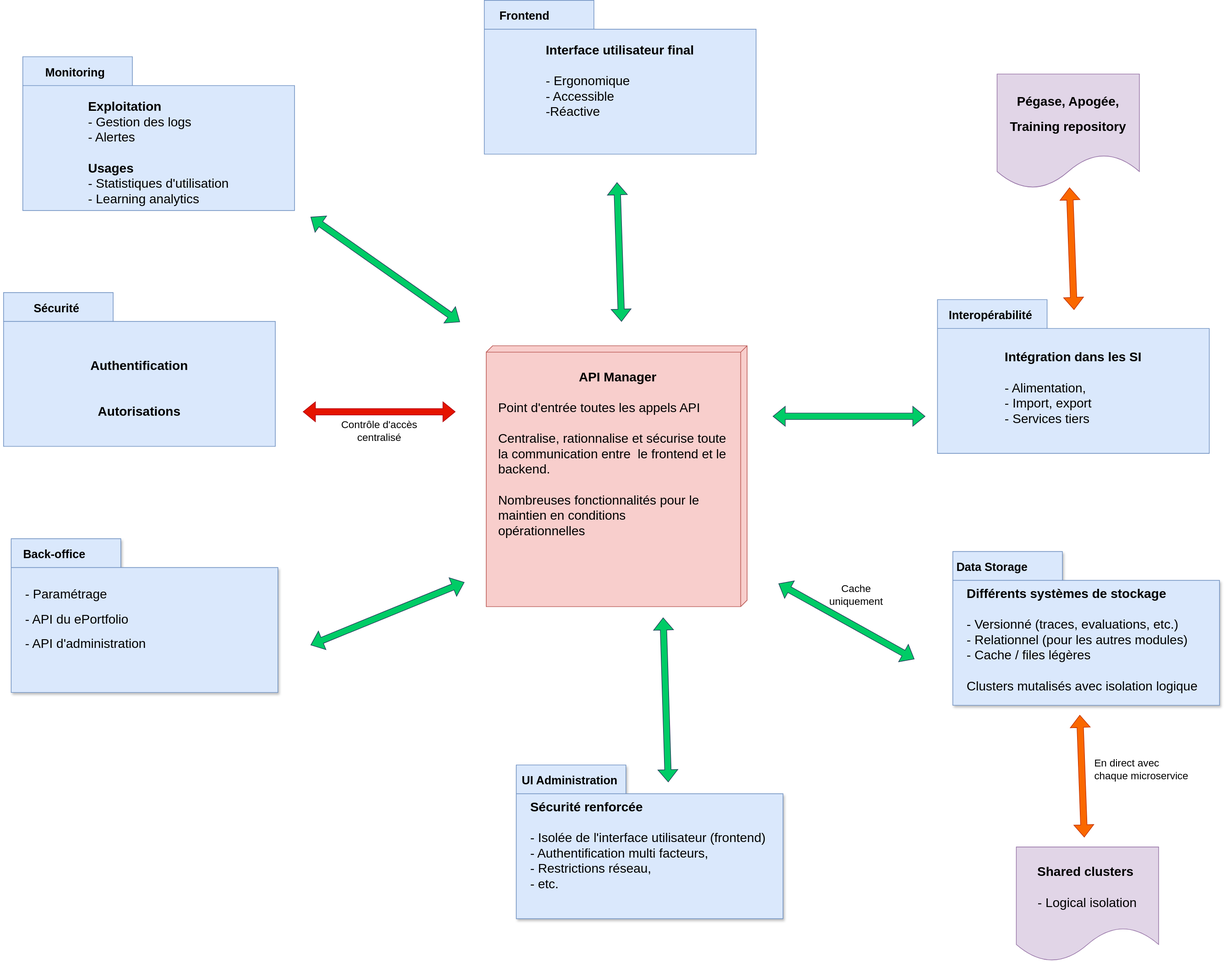
Earlier version of the draw.io export assets/images/architecture-simple-view.svg (avenirs-esr/dev-doc). Source tidied: cells renumbered, new cells last; positions are measured from the earlier drawing's top-left corner, leaving out a move shared by most shapes.
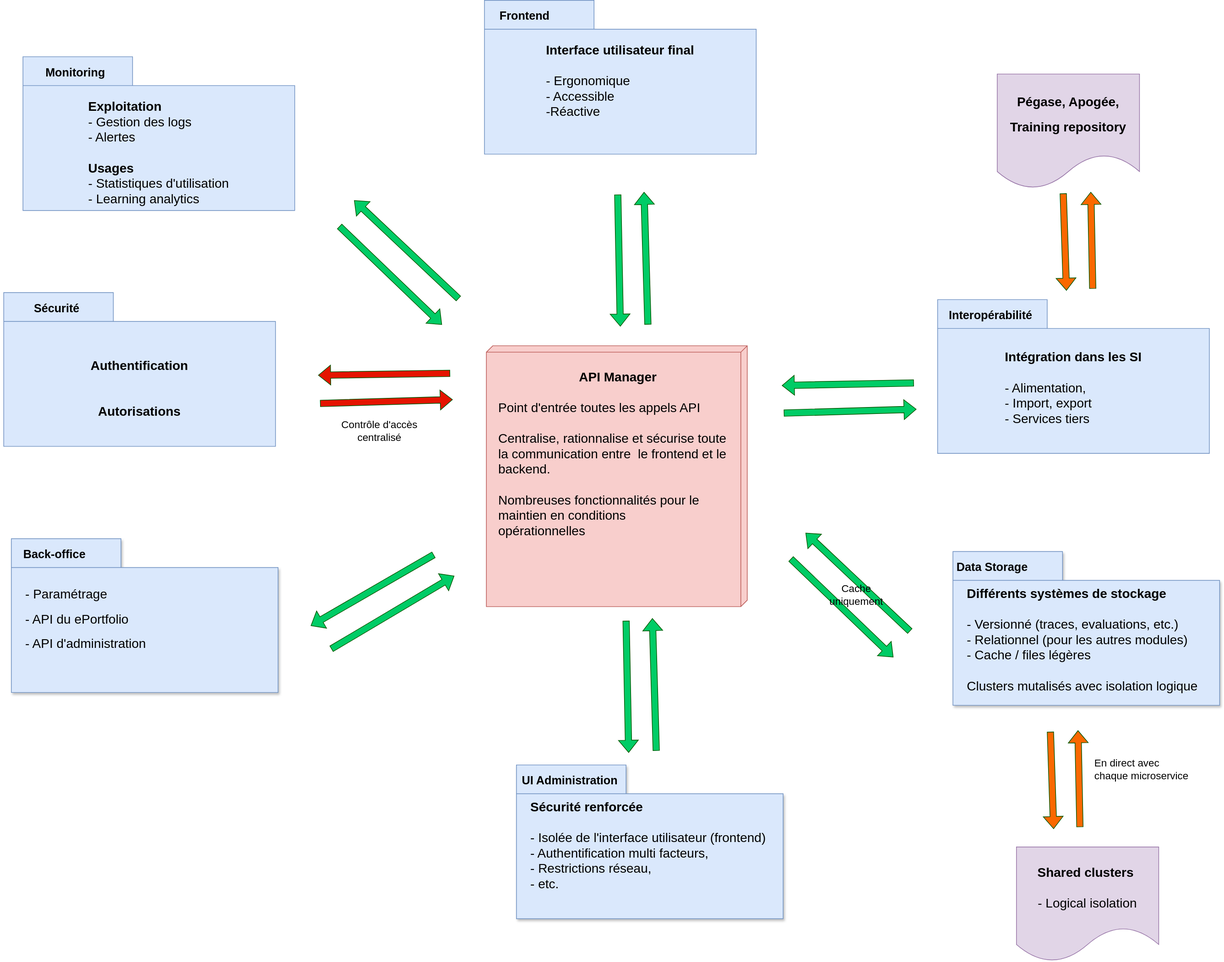
Above is the later version.

Commit message:
docs: architecture simple view diagram - arrow modifications

Change to the diagram source:
```diff
@@ -74,70 +74,151 @@
     <mxCell id="25" value="&lt;font style=&quot;font-size: 20px;&quot;&gt;&lt;b&gt;API Manager&lt;br&gt;&lt;/b&gt;&lt;br&gt;&lt;div style=&quot;text-align: left;&quot;&gt;&lt;span style=&quot;background-color: transparent; color: light-dark(rgb(0, 0, 0), rgb(255, 255, 255));&quot;&gt;Point d'entrée toutes les appels API&lt;br&gt;&lt;br&gt;Centralise, rationnalise et sécurise toute la communication entre&amp;nbsp; le frontend et le backend.&lt;br&gt;&lt;br&gt;Nombreuses fonctionnalités pour le maintien en conditions&amp;nbsp;&lt;br&gt;opérationnelles&lt;/span&gt;&lt;/div&gt;&lt;/font&gt;&lt;div&gt;&lt;br&gt;&lt;/div&gt;" style="text;html=1;align=center;verticalAlign=middle;whiteSpace=wrap;rounded=0;" parent="23" vertex="1">
       <mxGeometry x="8" y="-22" width="375" height="316" as="geometry" />
     </mxCell>
+    <mxCell id="41" style="group;rotation=90;" parent="1" vertex="1">
+      <mxGeometry x="1300" y="515" width="47" height="210" as="geometry" />
+    </mxCell>
+    <mxCell id="42" style="shape=flexArrow;endArrow=classic;html=1;rounded=0;fillColor=#00CC66;strokeColor=#005700;" parent="41" edge="1">
+      <mxGeometry relative="1" as="geometry">
+        <mxPoint x="-78" y="129" as="sourcePoint" />
+        <mxPoint x="129" y="123" as="targetPoint" />
+      </mxGeometry>
+    </mxCell>
+    <mxCell id="43" style="shape=flexArrow;endArrow=classic;html=1;rounded=0;fillColor=#00CC66;strokeColor=#005700;" parent="41" edge="1">
+      <mxGeometry relative="1" as="geometry">
+        <mxPoint x="125" y="82" as="sourcePoint" />
+        <mxPoint x="-81" y="86" as="targetPoint" />
+      </mxGeometry>
+    </mxCell>
+    <mxCell id="44" style="group;rotation=-50;" parent="1" vertex="1">
+      <mxGeometry x="612.7" y="275.1" width="47" height="250" as="geometry" />
+    </mxCell>
+    <mxCell id="45" style="shape=flexArrow;endArrow=classic;html=1;rounded=0;fillColor=#00CC66;strokeColor=#005700;" parent="44" edge="1">
+      <mxGeometry relative="1" as="geometry">
+        <mxPoint x="102" y="190.5" as="sourcePoint" />
+        <mxPoint x="-61" y="36.9" as="targetPoint" />
+      </mxGeometry>
+    </mxCell>
+    <mxCell id="46" style="shape=flexArrow;endArrow=classic;html=1;rounded=0;fillColor=#00CC66;strokeColor=#005700;" parent="44" edge="1">
+      <mxGeometry relative="1" as="geometry">
+        <mxPoint x="-84" y="77.4" as="sourcePoint" />
+        <mxPoint x="76" y="231" as="targetPoint" />
+      </mxGeometry>
+    </mxCell>
+    <mxCell id="47" style="group;" parent="1" vertex="1">
+      <mxGeometry x="963" y="299" width="47" height="210" as="geometry" />
+    </mxCell>
+    <mxCell id="48" style="shape=flexArrow;endArrow=classic;html=1;rounded=0;fillColor=#00CC66;strokeColor=#005700;" parent="47" edge="1">
+      <mxGeometry relative="1" as="geometry">
+        <mxPoint x="47" y="207" as="sourcePoint" />
+        <mxPoint x="41" as="targetPoint" />
+      </mxGeometry>
+    </mxCell>
+    <mxCell id="49" style="shape=flexArrow;endArrow=classic;html=1;rounded=0;fillColor=#00CC66;strokeColor=#005700;" parent="47" edge="1">
+      <mxGeometry relative="1" as="geometry">
+        <mxPoint y="4" as="sourcePoint" />
+        <mxPoint x="4" y="210" as="targetPoint" />
+      </mxGeometry>
+    </mxCell>
+    <mxCell id="50" style="group;rotation=-50;" parent="1" vertex="1">
+      <mxGeometry x="1317" y="794" width="47" height="250" as="geometry" />
+    </mxCell>
+    <mxCell id="51" style="shape=flexArrow;endArrow=classic;html=1;rounded=0;fillColor=#00CC66;strokeColor=#005700;" parent="50" edge="1">
+      <mxGeometry relative="1" as="geometry">
+        <mxPoint x="102" y="190.5" as="sourcePoint" />
+        <mxPoint x="-61" y="36.9" as="targetPoint" />
+      </mxGeometry>
+    </mxCell>
+    <mxCell id="52" style="shape=flexArrow;endArrow=classic;html=1;rounded=0;fillColor=#00CC66;strokeColor=#005700;" parent="50" edge="1">
+      <mxGeometry relative="1" as="geometry">
+        <mxPoint x="-84" y="77.4" as="sourcePoint" />
+        <mxPoint x="76" y="231" as="targetPoint" />
+      </mxGeometry>
+    </mxCell>
+    <mxCell id="53" style="group;rotation=56;" parent="1" vertex="1">
+      <mxGeometry x="577" y="830" width="47" height="250" as="geometry" />
+    </mxCell>
+    <mxCell id="54" style="shape=flexArrow;endArrow=classic;html=1;rounded=0;fillColor=#00CC66;strokeColor=#005700;" parent="53" edge="1">
+      <mxGeometry relative="1" as="geometry">
+        <mxPoint x="-61" y="182" as="sourcePoint" />
+        <mxPoint x="131" y="68" as="targetPoint" />
+      </mxGeometry>
+    </mxCell>
+    <mxCell id="55" style="shape=flexArrow;endArrow=classic;html=1;rounded=0;fillColor=#00CC66;strokeColor=#005700;" parent="53" edge="1">
+      <mxGeometry relative="1" as="geometry">
+        <mxPoint x="99" y="35" as="sourcePoint" />
+        <mxPoint x="-93" y="146" as="targetPoint" />
+      </mxGeometry>
+    </mxCell>
+    <mxCell id="56" style="group;" parent="1" vertex="1">
+      <mxGeometry x="976" y="964" width="47" height="210" as="geometry" />
+    </mxCell>
+    <mxCell id="57" style="shape=flexArrow;endArrow=classic;html=1;rounded=0;fillColor=#00CC66;strokeColor=#005700;" parent="56" edge="1">
+      <mxGeometry relative="1" as="geometry">
+        <mxPoint x="47" y="207" as="sourcePoint" />
+        <mxPoint x="41" as="targetPoint" />
+      </mxGeometry>
+    </mxCell>
+    <mxCell id="58" style="shape=flexArrow;endArrow=classic;html=1;rounded=0;fillColor=#00CC66;strokeColor=#005700;" parent="56" edge="1">
+      <mxGeometry relative="1" as="geometry">
+        <mxPoint y="4" as="sourcePoint" />
+        <mxPoint x="4" y="210" as="targetPoint" />
+      </mxGeometry>
+    </mxCell>
+    <mxCell id="59" style="group;" parent="1" vertex="1">
+      <mxGeometry x="1658" y="299" width="46" height="154" as="geometry" />
+    </mxCell>
+    <mxCell id="60" style="shape=flexArrow;endArrow=classic;html=1;rounded=0;fillColor=#FA6800;strokeColor=#005700;" parent="59" edge="1">
+      <mxGeometry relative="1" as="geometry">
+        <mxPoint y="2.2" as="sourcePoint" />
+        <mxPoint x="5" y="154" as="targetPoint" />
+      </mxGeometry>
+    </mxCell>
+    <mxCell id="61" style="shape=flexArrow;endArrow=classic;html=1;rounded=0;fillColor=#FA6800;strokeColor=#005700;" parent="59" edge="1">
+      <mxGeometry relative="1" as="geometry">
+        <mxPoint x="46" y="151.1" as="sourcePoint" />
+        <mxPoint x="43" as="targetPoint" />
+      </mxGeometry>
+    </mxCell>
+    <mxCell id="62" style="group;" parent="1" vertex="1">
+      <mxGeometry x="1638" y="1139" width="46" height="154" as="geometry" />
+    </mxCell>
+    <mxCell id="63" style="shape=flexArrow;endArrow=classic;html=1;rounded=0;fillColor=#FA6800;strokeColor=#005700;" parent="62" edge="1">
+      <mxGeometry relative="1" as="geometry">
+        <mxPoint y="2.2" as="sourcePoint" />
+        <mxPoint x="5" y="154" as="targetPoint" />
+      </mxGeometry>
+    </mxCell>
+    <mxCell id="64" style="shape=flexArrow;endArrow=classic;html=1;rounded=0;fillColor=#FA6800;strokeColor=#005700;" parent="62" edge="1">
+      <mxGeometry relative="1" as="geometry">
+        <mxPoint x="46" y="151.1" as="sourcePoint" />
+        <mxPoint x="43" as="targetPoint" />
+      </mxGeometry>
+    </mxCell>
+    <mxCell id="65" style="group;rotation=0;" parent="1" vertex="1">
+      <mxGeometry x="495.5" y="582" width="210" height="47" as="geometry" />
+    </mxCell>
+    <mxCell id="66" style="shape=flexArrow;endArrow=classic;html=1;rounded=0;fillColor=#E51400;strokeColor=#005700;" parent="65" edge="1">
+      <mxGeometry relative="1" as="geometry">
+        <mxPoint x="3" y="47" as="sourcePoint" />
+        <mxPoint x="210" y="41" as="targetPoint" />
+      </mxGeometry>
+    </mxCell>
+    <mxCell id="67" style="shape=flexArrow;endArrow=classic;html=1;rounded=0;fillColor=#E51400;strokeColor=#005700;" parent="65" edge="1">
+      <mxGeometry relative="1" as="geometry">
+        <mxPoint x="206" as="sourcePoint" />
+        <mxPoint y="3" as="targetPoint" />
+      </mxGeometry>
+    </mxCell>
     <mxCell id="26" value="Links" parent="0" />
-    <mxCell id="27" style="shape=flexArrow;endArrow=classic;startArrow=classic;html=1;rounded=0;fillColor=#00CC66;strokeColor=#23445d;" parent="26" edge="1">
-      <mxGeometry relative="1" as="geometry">
-        <mxPoint x="484" y="338" as="sourcePoint" />
-        <mxPoint x="717" y="502" as="targetPoint" />
-      </mxGeometry>
-    </mxCell>
-    <mxCell id="28" style="shape=flexArrow;endArrow=classic;startArrow=classic;html=1;rounded=0;fillColor=#00CC66;strokeColor=#23445d;entryX=0.001;entryY=0.678;entryDx=0;entryDy=0;entryPerimeter=0;" parent="26" edge="1">
-      <mxGeometry relative="1" as="geometry">
-        <mxPoint x="962" y="284" as="sourcePoint" />
-        <mxPoint x="969.1" y="501.4" as="targetPoint" />
-      </mxGeometry>
-    </mxCell>
-    <mxCell id="29" style="shape=flexArrow;endArrow=classic;startArrow=classic;html=1;rounded=0;fillColor=#e51400;strokeColor=#B20000;" parent="26" edge="1">
-      <mxGeometry relative="1" as="geometry">
-        <mxPoint x="472" y="642" as="sourcePoint" />
-        <mxPoint x="710" y="642" as="targetPoint" />
-      </mxGeometry>
-    </mxCell>
-    <mxCell id="30" style="shape=flexArrow;endArrow=classic;startArrow=classic;html=1;rounded=0;fillColor=#00CC66;strokeColor=#23445d;" parent="26" edge="1">
-      <mxGeometry relative="1" as="geometry">
-        <mxPoint x="484" y="1006" as="sourcePoint" />
-        <mxPoint x="724" y="908" as="targetPoint" />
-      </mxGeometry>
-    </mxCell>
-    <mxCell id="31" style="shape=flexArrow;endArrow=classic;startArrow=classic;html=1;rounded=0;fillColor=#00CC66;strokeColor=#23445d;" parent="26" edge="1">
-      <mxGeometry relative="1" as="geometry">
-        <mxPoint x="1205" y="649" as="sourcePoint" />
-        <mxPoint x="1443" y="649" as="targetPoint" />
-      </mxGeometry>
-    </mxCell>
-    <mxCell id="32" style="shape=flexArrow;endArrow=classic;startArrow=classic;html=1;rounded=0;fillColor=#00CC66;strokeColor=#23445d;" parent="26" edge="1">
-      <mxGeometry relative="1" as="geometry">
-        <mxPoint x="1034" y="963" as="sourcePoint" />
-        <mxPoint x="1042" y="1220" as="targetPoint" />
-      </mxGeometry>
-    </mxCell>
-    <mxCell id="33" style="shape=flexArrow;endArrow=classic;startArrow=classic;html=1;rounded=0;fillColor=#00CC66;strokeColor=#23445d;" parent="26" edge="1">
-      <mxGeometry relative="1" as="geometry">
-        <mxPoint x="1426" y="1028" as="sourcePoint" />
-        <mxPoint x="1214" y="910" as="targetPoint" />
-      </mxGeometry>
-    </mxCell>
     <mxCell id="34" value="&lt;font style=&quot;font-size: 16px;&quot;&gt;Contrôle d'accès&lt;br&gt;centralisé&lt;/font&gt;" style="text;html=1;align=center;verticalAlign=middle;whiteSpace=wrap;rounded=0;" parent="26" vertex="1">
       <mxGeometry x="520" y="657" width="143" height="30" as="geometry" />
     </mxCell>
     <mxCell id="35" value="&lt;span style=&quot;font-size: 16px;&quot;&gt;Cache &lt;br&gt;uniquement&lt;/span&gt;" style="text;html=1;align=center;verticalAlign=middle;whiteSpace=wrap;rounded=0;" parent="26" vertex="1">
       <mxGeometry x="1264" y="913" width="143" height="30" as="geometry" />
     </mxCell>
-    <mxCell id="36" style="shape=flexArrow;endArrow=classic;startArrow=classic;html=1;rounded=0;fillColor=#fa6800;strokeColor=#C73500;" parent="26" edge="1">
-      <mxGeometry relative="1" as="geometry">
-        <mxPoint x="1691" y="1306" as="sourcePoint" />
-        <mxPoint x="1684" y="1115" as="targetPoint" />
-      </mxGeometry>
-    </mxCell>
     <mxCell id="37" value="&lt;span style=&quot;font-size: 16px;&quot;&gt;En direct avec chaque microservice&lt;/span&gt;" style="text;html=1;align=left;verticalAlign=middle;whiteSpace=wrap;rounded=0;" parent="26" vertex="1">
       <mxGeometry x="1705" y="1182" width="149" height="36" as="geometry" />
     </mxCell>
-    <mxCell id="38" style="shape=flexArrow;endArrow=classic;startArrow=classic;html=1;rounded=0;fillColor=#fa6800;strokeColor=#C73500;" parent="26" edge="1">
-      <mxGeometry relative="1" as="geometry">
-        <mxPoint x="1675" y="483" as="sourcePoint" />
-        <mxPoint x="1668" y="292" as="targetPoint" />
-      </mxGeometry>
-    </mxCell>
     <mxCell id="39" value="&lt;div&gt;&lt;span style=&quot;font-size: 20px;&quot;&gt;&lt;b&gt;Shared clusters&amp;nbsp;&lt;br&gt;&amp;nbsp;&lt;/b&gt;&lt;/span&gt;&lt;/div&gt;&lt;div&gt;&lt;span style=&quot;font-size: 20px;&quot;&gt;- Logical isolation&lt;/span&gt;&lt;/div&gt;" style="shape=document;whiteSpace=wrap;html=1;boundedLbl=1;fillColor=#e1d5e7;strokeColor=#9673a6;" parent="26" vertex="1">
       <mxGeometry x="1585" y="1321" width="222" height="179" as="geometry" />
     </mxCell>
```
